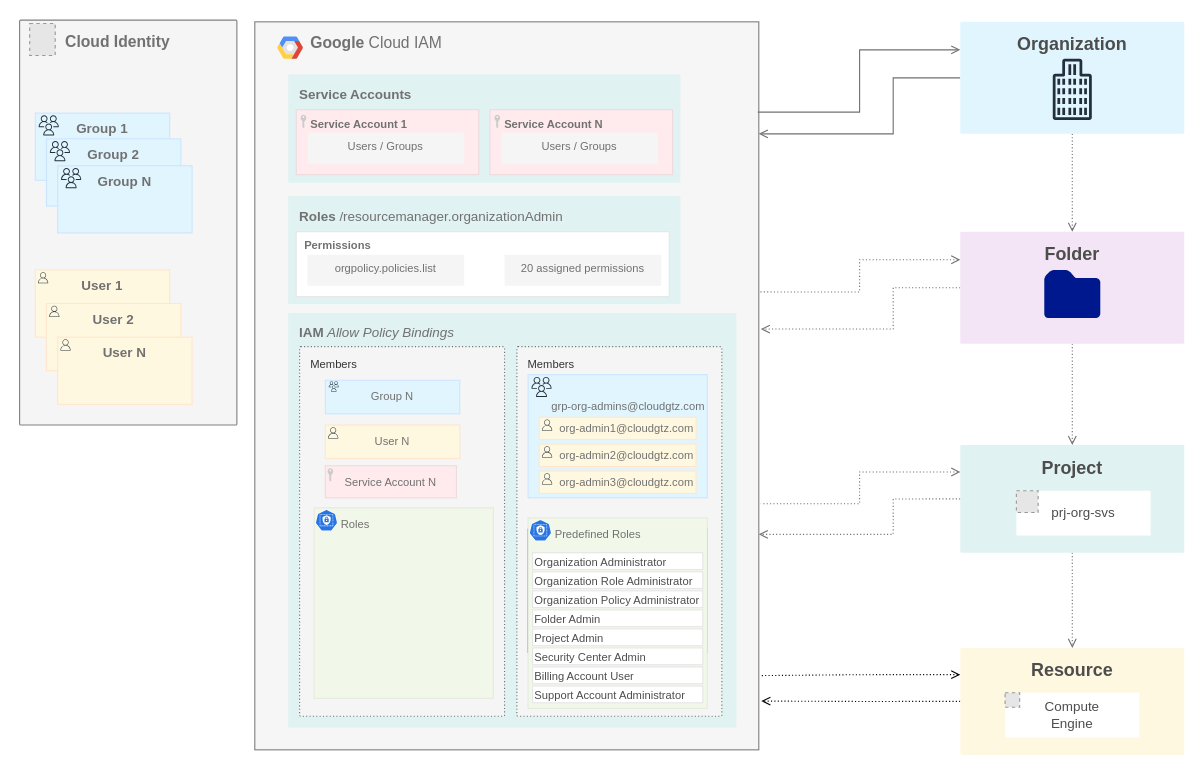
This is page "Access Management" (2 of 3) of docs/assets/images/gcp-infrastructure.drawio from gtz4all/gtz4all.github.io, a draw.io file, before an edit. Source tidied: cells renumbered, new cells numbered last; positions are measured from the earlier drawing's top-left corner, leaving out a move shared by most shapes. Both pictures are drawn from the tidied source at 112%, with x=0, y=0 at pixel (19, 19). Pictures stored in the file or linked from it are replaced by grey dashed boxes.
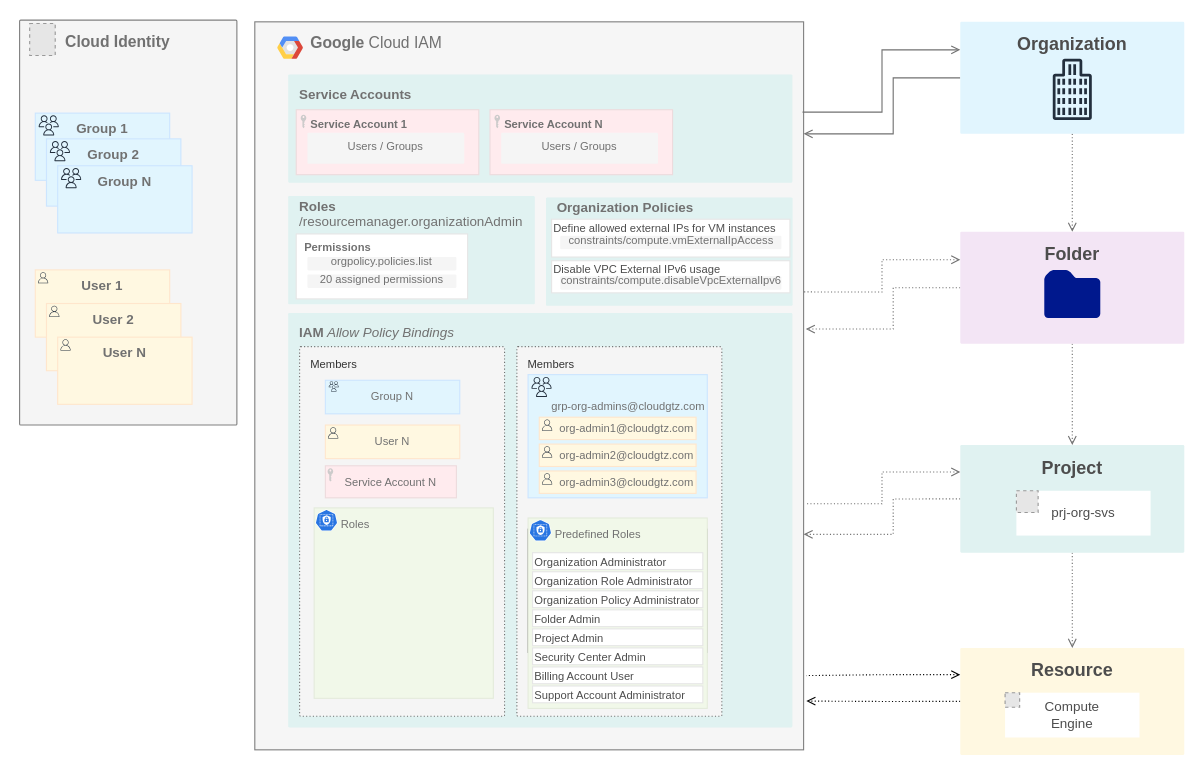
The same page after the edit.

The edit, as a diff of the source:
```diff
@@
     <mxCell id="2" value="&lt;b&gt;Google &lt;/b&gt;Cloud IAM" style="fillColor=#F6F6F6;strokeColor=#808080;shadow=0;gradientColor=none;fontSize=14;align=left;spacing=10;fontColor=#717171;9E9E9E;verticalAlign=top;spacingTop=-4;fontStyle=0;spacingLeft=40;html=1;whiteSpace=wrap;" parent="1" vertex="1">
-      <mxGeometry x="210" y="2" width="450" height="650" as="geometry" />
+      <mxGeometry x="210" y="2" width="490" height="650" as="geometry" />
     </mxCell>
@@
-    <mxCell id="22" value="&lt;font color=&quot;#717171&quot;&gt;&lt;b&gt;Roles&amp;nbsp;&lt;/b&gt;/resourcemanager.organizationAdmin&lt;/font&gt;" style="sketch=0;rounded=1;absoluteArcSize=1;arcSize=2;html=1;strokeColor=none;gradientColor=none;shadow=0;dashed=0;fontSize=12;fontColor=#9E9E9E;align=left;verticalAlign=top;spacing=10;spacingTop=-4;whiteSpace=wrap;fillColor=#E0F2F1;" parent="1" vertex="1">
-      <mxGeometry x="239.8" y="157.6" width="350.2" height="96.6" as="geometry" />
+    <mxCell id="22" value="&lt;font color=&quot;#717171&quot;&gt;&lt;b&gt;Roles&amp;nbsp;&lt;br&gt;&lt;/b&gt;/resourcemanager.organizationAdmin&lt;/font&gt;" style="sketch=0;rounded=1;absoluteArcSize=1;arcSize=2;html=1;strokeColor=none;gradientColor=none;shadow=0;dashed=0;fontSize=12;fontColor=#9E9E9E;align=left;verticalAlign=top;spacing=10;spacingTop=-13;whiteSpace=wrap;fillColor=#E0F2F1;" parent="1" vertex="1">
+      <mxGeometry x="239.8" y="157.6" width="220.2" height="96.6" as="geometry" />
     </mxCell>
     <mxCell id="23" value="&lt;b&gt;&lt;font color=&quot;#717171&quot;&gt;&amp;nbsp; Permissions&lt;/font&gt;&lt;/b&gt;" style="rounded=0;whiteSpace=wrap;html=1;verticalAlign=top;align=left;strokeColor=#E6E6E6;fontColor=#4D4D4D;fontSize=10;strokeWidth=1;" parent="1" vertex="1">
-      <mxGeometry x="247" y="189.4" width="333" height="58" as="geometry" />
+      <mxGeometry x="247" y="191.4" width="153" height="58" as="geometry" />
     </mxCell>
     <mxCell id="24" value="&lt;span style=&quot;border-color: var(--border-color); font-size: 10px;&quot;&gt;&lt;font style=&quot;border-color: var(--border-color); font-size: 10px;&quot; color=&quot;#717171&quot;&gt;orgpolicy.policies.list&lt;/font&gt;&lt;/span&gt;" style="sketch=0;rounded=1;absoluteArcSize=1;arcSize=2;html=1;strokeColor=none;shadow=0;dashed=0;fontSize=10;fontColor=#333333;align=center;verticalAlign=middle;spacing=10;spacingTop=-4;whiteSpace=wrap;fillColor=#f5f5f5;" parent="1" vertex="1">
-      <mxGeometry x="257" y="209.9" width="140" height="27.8" as="geometry" />
+      <mxGeometry x="257" y="211.9" width="133" height="12.1" as="geometry" />
     </mxCell>
     <mxCell id="25" value="&lt;span style=&quot;border-color: var(--border-color); font-size: 10px;&quot;&gt;&lt;font style=&quot;border-color: var(--border-color); font-size: 10px;&quot; color=&quot;#717171&quot;&gt;20 assigned permissions&lt;/font&gt;&lt;/span&gt;" style="sketch=0;rounded=1;absoluteArcSize=1;arcSize=2;html=1;strokeColor=none;shadow=0;dashed=0;fontSize=10;fontColor=#333333;align=center;verticalAlign=middle;spacing=10;spacingTop=-4;whiteSpace=wrap;fillColor=#f5f5f5;" parent="1" vertex="1">
-      <mxGeometry x="433" y="209.9" width="140" height="27.8" as="geometry" />
+      <mxGeometry x="257" y="227.5" width="133" height="12.1" as="geometry" />
     </mxCell>
     <mxCell id="26" value="&lt;font color=&quot;#717171&quot;&gt;&lt;b style=&quot;&quot;&gt;IAM&lt;/b&gt;&lt;i&gt; Allow Policy Bindings&lt;/i&gt;&lt;/font&gt;" style="sketch=0;rounded=1;absoluteArcSize=1;arcSize=2;html=1;strokeColor=none;gradientColor=none;shadow=0;dashed=0;fontSize=12;fontColor=#9E9E9E;align=left;verticalAlign=top;spacing=10;spacingTop=-4;whiteSpace=wrap;fillColor=#E0F2F1;" parent="1" vertex="1">
-      <mxGeometry x="239.8" y="262" width="400.2" height="370" as="geometry" />
+      <mxGeometry x="239.8" y="262" width="450.2" height="370" as="geometry" />
     </mxCell>
@@
     <mxCell id="56" value="&lt;font color=&quot;#717171&quot;&gt;&lt;b&gt;Service Accounts&lt;/b&gt;&lt;/font&gt;" style="sketch=0;rounded=1;absoluteArcSize=1;arcSize=2;html=1;strokeColor=none;gradientColor=none;shadow=0;dashed=0;fontSize=12;fontColor=#9E9E9E;align=left;verticalAlign=top;spacing=10;spacingTop=-4;whiteSpace=wrap;fillColor=#E0F2F1;" parent="1" vertex="1">
-      <mxGeometry x="239.8" y="49" width="350.2" height="96.6" as="geometry" />
+      <mxGeometry x="239.8" y="49" width="450.2" height="96.6" as="geometry" />
     </mxCell>
@@
+    <mxCell id="88" value="&lt;font color=&quot;#717171&quot;&gt;&lt;b&gt;Organization Policies&amp;nbsp;&lt;br&gt;&lt;/b&gt;&lt;br&gt;&lt;/font&gt;&lt;font color=&quot;#717171&quot;&gt;&lt;br&gt;&lt;/font&gt;" style="sketch=0;rounded=1;absoluteArcSize=1;arcSize=2;html=1;strokeColor=none;gradientColor=none;shadow=0;dashed=0;fontSize=12;fontColor=#9E9E9E;align=left;verticalAlign=top;spacing=10;spacingTop=-13;whiteSpace=wrap;fillColor=#E0F2F1;" parent="1" vertex="1">
+      <mxGeometry x="470" y="158.9" width="220.2" height="96.6" as="geometry" />
+    </mxCell>
+    <mxCell id="89" value="Define allowed external IPs for VM instances" style="rounded=0;whiteSpace=wrap;html=1;verticalAlign=top;align=left;strokeColor=#E6E6E6;fontColor=#4D4D4D;fontSize=10;strokeWidth=1;spacingTop=-4;" parent="1" vertex="1">
+      <mxGeometry x="475" y="178.2" width="212.8" height="33.8" as="geometry" />
+    </mxCell>
+    <mxCell id="90" value="&lt;font color=&quot;#717171&quot;&gt;constraints/compute.vmExternalIpAccess&lt;/font&gt;" style="sketch=0;rounded=1;absoluteArcSize=1;arcSize=2;html=1;strokeColor=none;shadow=0;dashed=0;fontSize=10;fontColor=#333333;align=center;verticalAlign=middle;spacing=10;spacingTop=-4;whiteSpace=wrap;fillColor=#f5f5f5;" parent="1" vertex="1">
+      <mxGeometry x="482.7" y="193" width="197.5" height="12.1" as="geometry" />
+    </mxCell>
+    <mxCell id="91" value="Disable VPC External IPv6 usage" style="rounded=0;whiteSpace=wrap;html=1;verticalAlign=top;align=left;strokeColor=#E6E6E6;fontColor=#4D4D4D;fontSize=10;strokeWidth=1;spacingTop=-4;" parent="1" vertex="1">
+      <mxGeometry x="475" y="215.3" width="212.8" height="28.7" as="geometry" />
+    </mxCell>
+    <mxCell id="92" value="&lt;font color=&quot;#717171&quot;&gt;constraints/compute.disableVpcExternalIpv6&lt;/font&gt;" style="sketch=0;rounded=1;absoluteArcSize=1;arcSize=2;html=1;strokeColor=none;shadow=0;dashed=0;fontSize=10;fontColor=#333333;align=center;verticalAlign=middle;spacing=10;spacingTop=-4;whiteSpace=wrap;fillColor=#f5f5f5;" parent="1" vertex="1">
+      <mxGeometry x="482.7" y="229.1" width="197.5" height="12.1" as="geometry" />
+    </mxCell>
```
